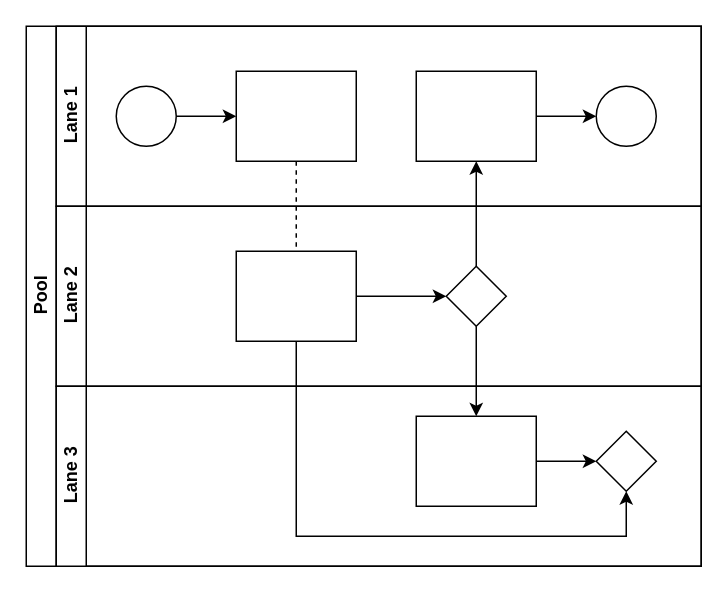
Earlier version of the draw.io diagram AQA-Access.drawio (cgruden/courses). Source tidied: cells renumbered, new cells numbered last; positions are measured from the earlier drawing's top-left corner, leaving out a move shared by most shapes. Both pictures are drawn from the tidied source at 150%, with x=0, y=0 at pixel (26, 26).
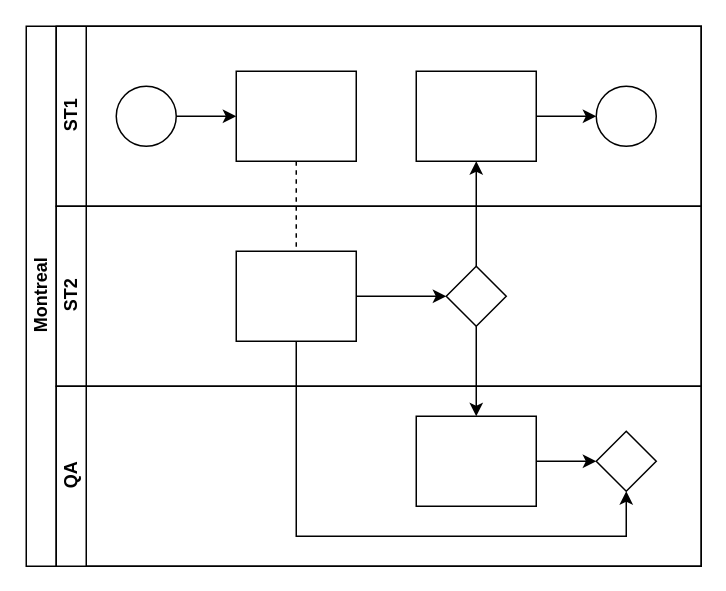
Above is the later version.

Change to the diagram source:
```diff
@@
-    <mxCell id="2" value="Pool" style="swimlane;html=1;horizontal=0;startSize=20;" parent="1" vertex="1">
+    <mxCell id="2" value="Montreal" style="swimlane;html=1;horizontal=0;startSize=20;" parent="1" vertex="1">
       <mxGeometry width="450" height="360" as="geometry" />
     </mxCell>
@@
-    <mxCell id="7" value="Lane 1" style="swimlane;html=1;startSize=20;horizontal=0;" parent="2" vertex="1">
+    <mxCell id="7" value="ST1" style="swimlane;html=1;startSize=20;horizontal=0;" parent="2" vertex="1">
       <mxGeometry x="20" width="430" height="120" as="geometry" />
     </mxCell>
@@
-    <mxCell id="14" value="Lane 2" style="swimlane;html=1;startSize=20;horizontal=0;" parent="2" vertex="1">
+    <mxCell id="14" value="ST2" style="swimlane;html=1;startSize=20;horizontal=0;" parent="2" vertex="1">
       <mxGeometry x="20" y="120" width="430" height="120" as="geometry" />
     </mxCell>
@@
-    <mxCell id="18" value="Lane 3" style="swimlane;html=1;startSize=20;horizontal=0;" parent="2" vertex="1">
+    <mxCell id="18" value="QA" style="swimlane;html=1;startSize=20;horizontal=0;" parent="2" vertex="1">
       <mxGeometry x="20" y="240" width="430" height="120" as="geometry" />
     </mxCell>
```
